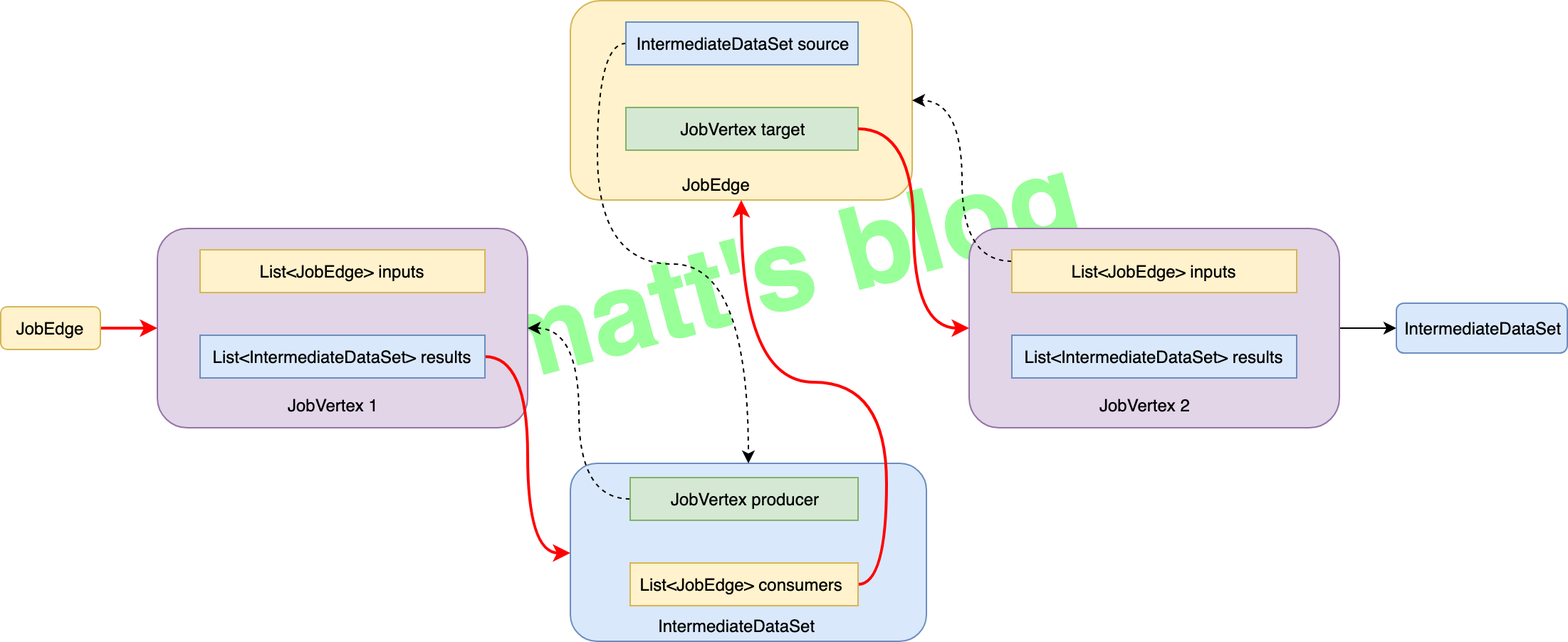
Before: images/flink/3-JobGraph.png, a diagram exported from draw.io (wangzzu/wangzzu.github.com). Source tidied: cells renumbered, new cells last; positions are measured from the earlier drawing's top-left corner, leaving out a move shared by most shapes. Its diagram source:
```xml
<mxGraphModel>
  <root>
    <mxCell id="0" />
    <mxCell id="1" parent="0" />
    <mxCell id="2" value="&lt;font color=&quot;#99ff99&quot; size=&quot;1&quot;&gt;&lt;b style=&quot;font-size: 80px&quot;&gt;matt's blog&lt;/b&gt;&lt;/font&gt;" style="rounded=0;whiteSpace=wrap;html=1;fillColor=none;strokeColor=none;rotation=-15;shadow=0;" parent="1" vertex="1">
      <mxGeometry x="300" y="161.5" width="500" height="52" as="geometry" />
    </mxCell>
    <mxCell id="3" style="rounded=1;whiteSpace=wrap;html=1;fillColor=#e1d5e7;strokeColor=#9673a6;" parent="1" vertex="1">
      <mxGeometry x="110" y="160" width="260" height="140" as="geometry" />
    </mxCell>
    <mxCell id="4" style="rounded=1;whiteSpace=wrap;html=1;fillColor=#fff2cc;strokeColor=#d6b656;" parent="1" vertex="1">
      <mxGeometry x="400" width="240" height="140" as="geometry" />
    </mxCell>
    <mxCell id="5" style="rounded=1;whiteSpace=wrap;html=1;fillColor=#dae8fc;strokeColor=#6c8ebf;" parent="1" vertex="1">
      <mxGeometry x="400" y="325" width="250" height="125" as="geometry" />
    </mxCell>
    <mxCell id="6" style="edgeStyle=orthogonalEdgeStyle;curved=1;rounded=0;jettySize=auto;html=1;exitX=0;exitY=0.5;exitDx=0;exitDy=0;entryX=1;entryY=0.5;entryDx=0;entryDy=0;dashed=1;" parent="1" edge="1" source="7" target="3">
      <mxGeometry relative="1" as="geometry" />
    </mxCell>
    <mxCell id="7" value="JobVertex producer" style="rounded=0;whiteSpace=wrap;html=1;fillColor=#d5e8d4;strokeColor=#82b366;" parent="1" vertex="1">
      <mxGeometry x="442" y="335" width="160" height="30" as="geometry" />
    </mxCell>
    <mxCell id="8" style="edgeStyle=orthogonalEdgeStyle;curved=1;rounded=0;jettySize=auto;html=1;exitX=1;exitY=0.5;exitDx=0;exitDy=0;strokeColor=#FF0000;strokeWidth=2;" parent="1" edge="1" source="9" target="4">
      <mxGeometry relative="1" as="geometry" />
    </mxCell>
    <mxCell id="9" value="List&amp;lt;JobEdge&amp;gt; consumers&amp;nbsp;" style="rounded=0;whiteSpace=wrap;html=1;fillColor=#fff2cc;strokeColor=#d6b656;" parent="1" vertex="1">
      <mxGeometry x="442" y="395" width="160" height="30" as="geometry" />
    </mxCell>
    <mxCell id="10" value="IntermediateDataSet" style="text;html=1;align=left;verticalAlign=top;spacingTop=-4;" parent="1" vertex="1">
      <mxGeometry x="460" y="430" width="130" height="20" as="geometry" />
    </mxCell>
    <mxCell id="11" style="edgeStyle=orthogonalEdgeStyle;curved=1;rounded=0;jettySize=auto;html=1;exitX=0;exitY=0.5;exitDx=0;exitDy=0;entryX=0.5;entryY=0;entryDx=0;entryDy=0;dashed=1;" parent="1" edge="1" source="12" target="5">
      <mxGeometry relative="1" as="geometry" />
    </mxCell>
    <mxCell id="12" value="IntermediateDataSet source" style="rounded=0;whiteSpace=wrap;html=1;fillColor=#dae8fc;strokeColor=#6c8ebf;" parent="1" vertex="1">
      <mxGeometry x="439" y="15" width="163" height="30" as="geometry" />
    </mxCell>
    <mxCell id="13" value="JobEdge" style="text;html=1;align=left;verticalAlign=top;spacingTop=-4;" parent="1" vertex="1">
      <mxGeometry x="477" y="120" width="60" height="20" as="geometry" />
    </mxCell>
    <mxCell id="14" value="JobVertex target" style="rounded=0;whiteSpace=wrap;html=1;fillColor=#d5e8d4;strokeColor=#82b366;" parent="1" vertex="1">
      <mxGeometry x="439" y="75" width="163" height="30" as="geometry" />
    </mxCell>
    <mxCell id="15" value="List&amp;lt;JobEdge&amp;gt; inputs" style="rounded=0;whiteSpace=wrap;html=1;fillColor=#fff2cc;strokeColor=#d6b656;" parent="1" vertex="1">
      <mxGeometry x="140" y="175" width="200" height="30" as="geometry" />
    </mxCell>
    <mxCell id="16" style="rounded=0;jettySize=auto;html=1;exitX=1;exitY=0.5;exitDx=0;exitDy=0;entryX=0;entryY=0.5;entryDx=0;entryDy=0;edgeStyle=orthogonalEdgeStyle;curved=1;strokeColor=#FF0000;strokeWidth=2;" parent="1" edge="1" source="17" target="5">
      <mxGeometry relative="1" as="geometry" />
    </mxCell>
    <mxCell id="17" value="List&amp;lt;IntermediateDataSet&amp;gt; results" style="rounded=0;whiteSpace=wrap;html=1;fillColor=#dae8fc;strokeColor=#6c8ebf;" parent="1" vertex="1">
      <mxGeometry x="140" y="235" width="200" height="30" as="geometry" />
    </mxCell>
    <mxCell id="18" value="JobVertex 1" style="text;html=1;align=left;verticalAlign=top;spacingTop=-4;" parent="1" vertex="1">
      <mxGeometry x="200" y="275" width="80" height="20" as="geometry" />
    </mxCell>
    <mxCell id="19" style="edgeStyle=orthogonalEdgeStyle;curved=1;rounded=0;jettySize=auto;html=1;exitX=1;exitY=0.5;exitDx=0;exitDy=0;entryX=0;entryY=0.5;entryDx=0;entryDy=0;" parent="1" edge="1" source="20" target="27">
      <mxGeometry relative="1" as="geometry" />
    </mxCell>
    <mxCell id="20" style="rounded=1;whiteSpace=wrap;html=1;fillColor=#e1d5e7;strokeColor=#9673a6;" parent="1" vertex="1">
      <mxGeometry x="680" y="160" width="260" height="140" as="geometry" />
    </mxCell>
    <mxCell id="21" style="edgeStyle=orthogonalEdgeStyle;curved=1;rounded=0;jettySize=auto;html=1;exitX=0;exitY=0.25;exitDx=0;exitDy=0;entryX=1;entryY=0.5;entryDx=0;entryDy=0;dashed=1;" parent="1" edge="1" source="22" target="4">
      <mxGeometry relative="1" as="geometry" />
    </mxCell>
    <mxCell id="22" value="List&amp;lt;JobEdge&amp;gt; inputs" style="rounded=0;whiteSpace=wrap;html=1;fillColor=#fff2cc;strokeColor=#d6b656;" parent="1" vertex="1">
      <mxGeometry x="710" y="175" width="200" height="30" as="geometry" />
    </mxCell>
    <mxCell id="23" value="List&amp;lt;IntermediateDataSet&amp;gt; results" style="rounded=0;whiteSpace=wrap;html=1;fillColor=#dae8fc;strokeColor=#6c8ebf;" parent="1" vertex="1">
      <mxGeometry x="710" y="235" width="200" height="30" as="geometry" />
    </mxCell>
    <mxCell id="24" value="JobVertex 2" style="text;html=1;align=left;verticalAlign=top;spacingTop=-4;" parent="1" vertex="1">
      <mxGeometry x="770" y="275" width="80" height="20" as="geometry" />
    </mxCell>
    <mxCell id="25" style="edgeStyle=orthogonalEdgeStyle;curved=1;rounded=0;jettySize=auto;html=1;exitX=1;exitY=0.5;exitDx=0;exitDy=0;entryX=0;entryY=0.5;entryDx=0;entryDy=0;strokeColor=#FF0000;strokeWidth=2;" parent="1" edge="1" source="26" target="3">
      <mxGeometry relative="1" as="geometry" />
    </mxCell>
    <mxCell id="26" value="&lt;span style=&quot;text-align: left&quot;&gt;JobEdge&lt;/span&gt;" style="rounded=1;whiteSpace=wrap;html=1;fillColor=#fff2cc;strokeColor=#d6b656;" parent="1" vertex="1">
      <mxGeometry y="215" width="70" height="30" as="geometry" />
    </mxCell>
    <mxCell id="27" value="&lt;span style=&quot;text-align: left&quot;&gt;IntermediateDataSet&lt;/span&gt;" style="rounded=1;whiteSpace=wrap;html=1;fillColor=#dae8fc;strokeColor=#6c8ebf;" parent="1" vertex="1">
      <mxGeometry x="980" y="212.5" width="120" height="35" as="geometry" />
    </mxCell>
    <mxCell id="28" style="edgeStyle=orthogonalEdgeStyle;curved=1;rounded=0;jettySize=auto;html=1;exitX=1;exitY=0.5;exitDx=0;exitDy=0;entryX=0;entryY=0.5;entryDx=0;entryDy=0;strokeWidth=2;strokeColor=#FF0000;" parent="1" edge="1" source="14" target="20">
      <mxGeometry relative="1" as="geometry" />
    </mxCell>
  </root>
</mxGraphModel>
```
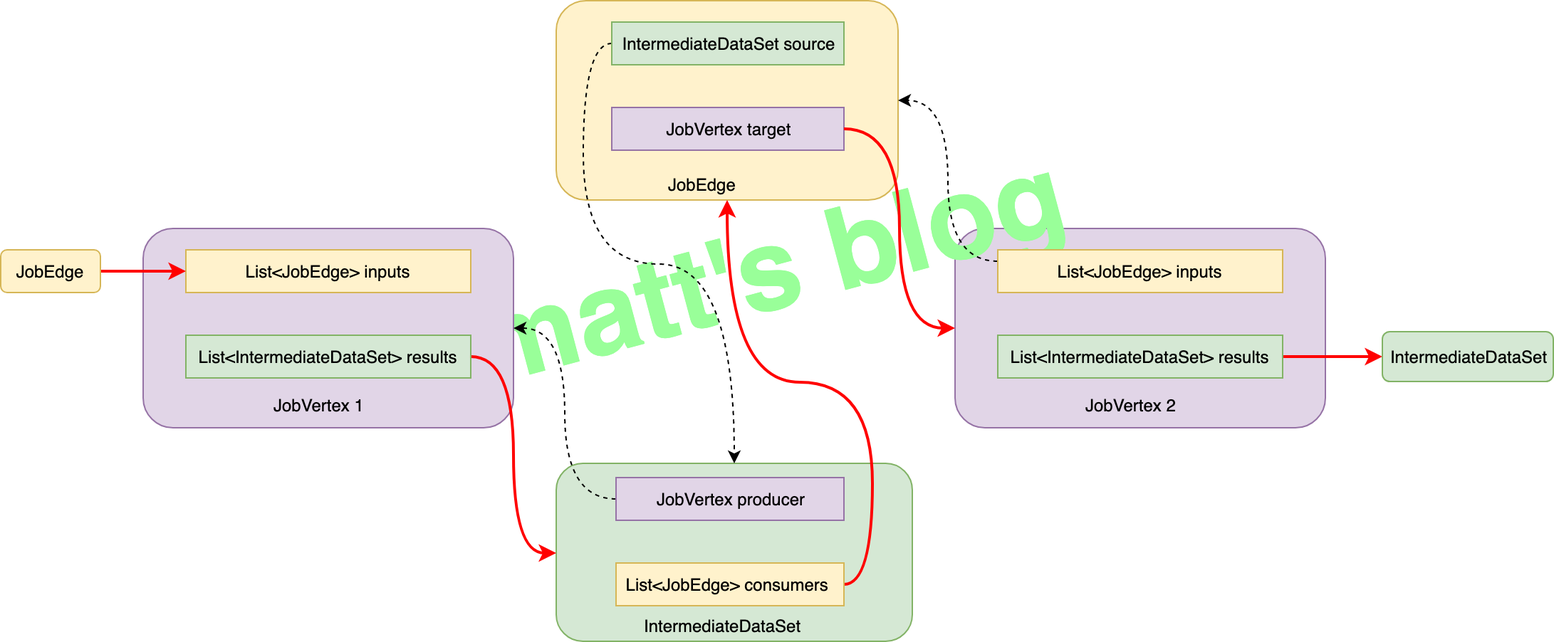
The same file after the commit.

What changed in the source:
```diff
@@ -2,6 +2,9 @@
   <root>
     <mxCell id="0" />
     <mxCell id="1" parent="0" />
+    <mxCell id="20" style="rounded=1;whiteSpace=wrap;html=1;fillColor=#e1d5e7;strokeColor=#9673a6;" parent="1" vertex="1">
+      <mxGeometry x="680" y="160" width="260" height="140" as="geometry" />
+    </mxCell>
     <mxCell id="2" value="&lt;font color=&quot;#99ff99&quot; size=&quot;1&quot;&gt;&lt;b style=&quot;font-size: 80px&quot;&gt;matt's blog&lt;/b&gt;&lt;/font&gt;" style="rounded=0;whiteSpace=wrap;html=1;fillColor=none;strokeColor=none;rotation=-15;shadow=0;" parent="1" vertex="1">
       <mxGeometry x="300" y="161.5" width="500" height="52" as="geometry" />
     </mxCell>
@@ -11,13 +14,13 @@
     <mxCell id="4" style="rounded=1;whiteSpace=wrap;html=1;fillColor=#fff2cc;strokeColor=#d6b656;" parent="1" vertex="1">
       <mxGeometry x="400" width="240" height="140" as="geometry" />
     </mxCell>
-    <mxCell id="5" style="rounded=1;whiteSpace=wrap;html=1;fillColor=#dae8fc;strokeColor=#6c8ebf;" parent="1" vertex="1">
+    <mxCell id="5" style="rounded=1;whiteSpace=wrap;html=1;fillColor=#d5e8d4;strokeColor=#82b366;" parent="1" vertex="1">
       <mxGeometry x="400" y="325" width="250" height="125" as="geometry" />
     </mxCell>
     <mxCell id="6" style="edgeStyle=orthogonalEdgeStyle;curved=1;rounded=0;jettySize=auto;html=1;exitX=0;exitY=0.5;exitDx=0;exitDy=0;entryX=1;entryY=0.5;entryDx=0;entryDy=0;dashed=1;" parent="1" edge="1" source="7" target="3">
       <mxGeometry relative="1" as="geometry" />
     </mxCell>
-    <mxCell id="7" value="JobVertex producer" style="rounded=0;whiteSpace=wrap;html=1;fillColor=#d5e8d4;strokeColor=#82b366;" parent="1" vertex="1">
+    <mxCell id="7" value="JobVertex producer" style="rounded=0;whiteSpace=wrap;html=1;fillColor=#e1d5e7;strokeColor=#9673a6;" parent="1" vertex="1">
       <mxGeometry x="442" y="335" width="160" height="30" as="geometry" />
     </mxCell>
     <mxCell id="8" style="edgeStyle=orthogonalEdgeStyle;curved=1;rounded=0;jettySize=auto;html=1;exitX=1;exitY=0.5;exitDx=0;exitDy=0;strokeColor=#FF0000;strokeWidth=2;" parent="1" edge="1" source="9" target="4">
@@ -32,13 +35,13 @@
     <mxCell id="11" style="edgeStyle=orthogonalEdgeStyle;curved=1;rounded=0;jettySize=auto;html=1;exitX=0;exitY=0.5;exitDx=0;exitDy=0;entryX=0.5;entryY=0;entryDx=0;entryDy=0;dashed=1;" parent="1" edge="1" source="12" target="5">
       <mxGeometry relative="1" as="geometry" />
     </mxCell>
-    <mxCell id="12" value="IntermediateDataSet source" style="rounded=0;whiteSpace=wrap;html=1;fillColor=#dae8fc;strokeColor=#6c8ebf;" parent="1" vertex="1">
+    <mxCell id="12" value="IntermediateDataSet source" style="rounded=0;whiteSpace=wrap;html=1;fillColor=#d5e8d4;strokeColor=#82b366;" parent="1" vertex="1">
       <mxGeometry x="439" y="15" width="163" height="30" as="geometry" />
     </mxCell>
     <mxCell id="13" value="JobEdge" style="text;html=1;align=left;verticalAlign=top;spacingTop=-4;" parent="1" vertex="1">
       <mxGeometry x="477" y="120" width="60" height="20" as="geometry" />
     </mxCell>
-    <mxCell id="14" value="JobVertex target" style="rounded=0;whiteSpace=wrap;html=1;fillColor=#d5e8d4;strokeColor=#82b366;" parent="1" vertex="1">
+    <mxCell id="14" value="JobVertex target" style="rounded=0;whiteSpace=wrap;html=1;fillColor=#e1d5e7;strokeColor=#9673a6;" parent="1" vertex="1">
       <mxGeometry x="439" y="75" width="163" height="30" as="geometry" />
     </mxCell>
     <mxCell id="15" value="List&amp;lt;JobEdge&amp;gt; inputs" style="rounded=0;whiteSpace=wrap;html=1;fillColor=#fff2cc;strokeColor=#d6b656;" parent="1" vertex="1">
@@ -47,38 +50,35 @@
     <mxCell id="16" style="rounded=0;jettySize=auto;html=1;exitX=1;exitY=0.5;exitDx=0;exitDy=0;entryX=0;entryY=0.5;entryDx=0;entryDy=0;edgeStyle=orthogonalEdgeStyle;curved=1;strokeColor=#FF0000;strokeWidth=2;" parent="1" edge="1" source="17" target="5">
       <mxGeometry relative="1" as="geometry" />
     </mxCell>
-    <mxCell id="17" value="List&amp;lt;IntermediateDataSet&amp;gt; results" style="rounded=0;whiteSpace=wrap;html=1;fillColor=#dae8fc;strokeColor=#6c8ebf;" parent="1" vertex="1">
+    <mxCell id="17" value="List&amp;lt;IntermediateDataSet&amp;gt; results" style="rounded=0;whiteSpace=wrap;html=1;fillColor=#d5e8d4;strokeColor=#82b366;" parent="1" vertex="1">
       <mxGeometry x="140" y="235" width="200" height="30" as="geometry" />
     </mxCell>
     <mxCell id="18" value="JobVertex 1" style="text;html=1;align=left;verticalAlign=top;spacingTop=-4;" parent="1" vertex="1">
       <mxGeometry x="200" y="275" width="80" height="20" as="geometry" />
     </mxCell>
-    <mxCell id="19" style="edgeStyle=orthogonalEdgeStyle;curved=1;rounded=0;jettySize=auto;html=1;exitX=1;exitY=0.5;exitDx=0;exitDy=0;entryX=0;entryY=0.5;entryDx=0;entryDy=0;" parent="1" edge="1" source="20" target="27">
+    <mxCell id="19" style="edgeStyle=orthogonalEdgeStyle;curved=1;rounded=0;jettySize=auto;html=1;exitX=1;exitY=0.5;exitDx=0;exitDy=0;entryX=0;entryY=0.5;entryDx=0;entryDy=0;strokeWidth=2;strokeColor=#FF0000;" parent="1" edge="1" source="23" target="27">
       <mxGeometry relative="1" as="geometry" />
     </mxCell>
-    <mxCell id="20" style="rounded=1;whiteSpace=wrap;html=1;fillColor=#e1d5e7;strokeColor=#9673a6;" parent="1" vertex="1">
-      <mxGeometry x="680" y="160" width="260" height="140" as="geometry" />
-    </mxCell>
     <mxCell id="21" style="edgeStyle=orthogonalEdgeStyle;curved=1;rounded=0;jettySize=auto;html=1;exitX=0;exitY=0.25;exitDx=0;exitDy=0;entryX=1;entryY=0.5;entryDx=0;entryDy=0;dashed=1;" parent="1" edge="1" source="22" target="4">
       <mxGeometry relative="1" as="geometry" />
     </mxCell>
     <mxCell id="22" value="List&amp;lt;JobEdge&amp;gt; inputs" style="rounded=0;whiteSpace=wrap;html=1;fillColor=#fff2cc;strokeColor=#d6b656;" parent="1" vertex="1">
       <mxGeometry x="710" y="175" width="200" height="30" as="geometry" />
     </mxCell>
-    <mxCell id="23" value="List&amp;lt;IntermediateDataSet&amp;gt; results" style="rounded=0;whiteSpace=wrap;html=1;fillColor=#dae8fc;strokeColor=#6c8ebf;" parent="1" vertex="1">
+    <mxCell id="23" value="List&amp;lt;IntermediateDataSet&amp;gt; results" style="rounded=0;whiteSpace=wrap;html=1;fillColor=#d5e8d4;strokeColor=#82b366;" parent="1" vertex="1">
       <mxGeometry x="710" y="235" width="200" height="30" as="geometry" />
     </mxCell>
     <mxCell id="24" value="JobVertex 2" style="text;html=1;align=left;verticalAlign=top;spacingTop=-4;" parent="1" vertex="1">
       <mxGeometry x="770" y="275" width="80" height="20" as="geometry" />
     </mxCell>
-    <mxCell id="25" style="edgeStyle=orthogonalEdgeStyle;curved=1;rounded=0;jettySize=auto;html=1;exitX=1;exitY=0.5;exitDx=0;exitDy=0;entryX=0;entryY=0.5;entryDx=0;entryDy=0;strokeColor=#FF0000;strokeWidth=2;" parent="1" edge="1" source="26" target="3">
+    <mxCell id="25" style="edgeStyle=orthogonalEdgeStyle;curved=1;rounded=0;jettySize=auto;html=1;exitX=1;exitY=0.5;exitDx=0;exitDy=0;entryX=0;entryY=0.5;entryDx=0;entryDy=0;strokeColor=#FF0000;strokeWidth=2;" parent="1" edge="1" source="26" target="15">
       <mxGeometry relative="1" as="geometry" />
     </mxCell>
     <mxCell id="26" value="&lt;span style=&quot;text-align: left&quot;&gt;JobEdge&lt;/span&gt;" style="rounded=1;whiteSpace=wrap;html=1;fillColor=#fff2cc;strokeColor=#d6b656;" parent="1" vertex="1">
-      <mxGeometry y="215" width="70" height="30" as="geometry" />
+      <mxGeometry x="10" y="175" width="70" height="30" as="geometry" />
     </mxCell>
-    <mxCell id="27" value="&lt;span style=&quot;text-align: left&quot;&gt;IntermediateDataSet&lt;/span&gt;" style="rounded=1;whiteSpace=wrap;html=1;fillColor=#dae8fc;strokeColor=#6c8ebf;" parent="1" vertex="1">
-      <mxGeometry x="980" y="212.5" width="120" height="35" as="geometry" />
+    <mxCell id="27" value="&lt;span style=&quot;text-align: left&quot;&gt;IntermediateDataSet&lt;/span&gt;" style="rounded=1;whiteSpace=wrap;html=1;fillColor=#d5e8d4;strokeColor=#82b366;" parent="1" vertex="1">
+      <mxGeometry x="980" y="232.5" width="120" height="35" as="geometry" />
     </mxCell>
     <mxCell id="28" style="edgeStyle=orthogonalEdgeStyle;curved=1;rounded=0;jettySize=auto;html=1;exitX=1;exitY=0.5;exitDx=0;exitDy=0;entryX=0;entryY=0.5;entryDx=0;entryDy=0;strokeWidth=2;strokeColor=#FF0000;" parent="1" edge="1" source="14" target="20">
       <mxGeometry relative="1" as="geometry" />
```
